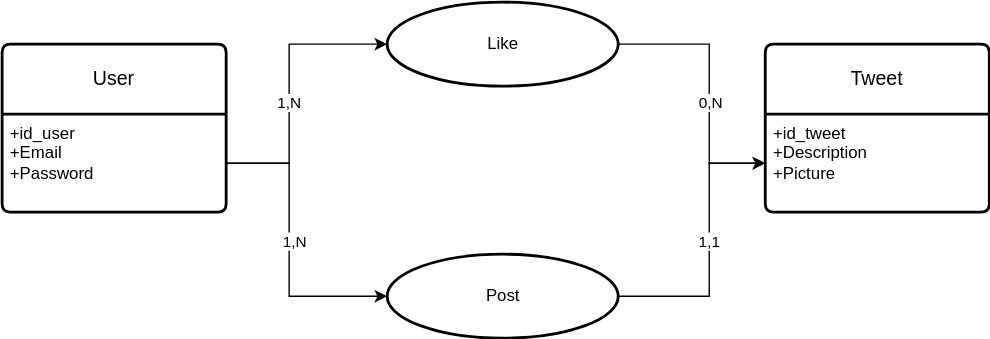
Above: Diagram/Modélisation DB.drawio.svg in Muking3/Project_API_Twitter (draw.io), before the change. Source tidied: cells renumbered, new cells last; positions are measured from the earlier drawing's top-left corner, leaving out a move shared by most shapes.
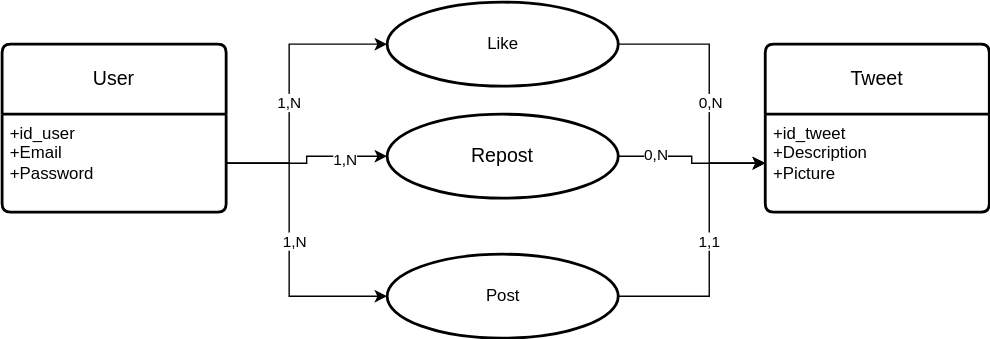
The same file after the commit.

Commit message:
Mettre à jour Modélisation DB.drawio.svg

Change to the diagram source:
```diff
@@ -74,5 +74,20 @@
     <mxCell id="17" value="1,N" style="edgeLabel;html=1;align=center;verticalAlign=middle;" parent="16" vertex="1">
       <mxGeometry x="-0.11" y="1" relative="1" as="geometry" />
     </mxCell>
+    <mxCell id="18" style="edgeStyle=orthogonalEdgeStyle;rounded=0;jettySize=auto;html=1;entryX=0;entryY=0.5;entryDx=0;entryDy=0;" parent="1" edge="1" source="20" target="5">
+      <mxGeometry relative="1" as="geometry" />
+    </mxCell>
+    <mxCell id="19" value="0,N" style="edgeLabel;html=1;align=center;verticalAlign=middle;" parent="18" vertex="1">
+      <mxGeometry x="-0.53" y="2" relative="1" as="geometry" />
+    </mxCell>
+    <mxCell id="20" value="Repost" style="ellipse;whiteSpace=wrap;html=1;fontSize=14;fontStyle=0;startSize=50;rounded=1;strokeWidth=2;shadow=0;dashed=0;arcSize=4;" parent="1" vertex="1">
+      <mxGeometry x="275" y="80" width="165" height="60" as="geometry" />
+    </mxCell>
+    <mxCell id="21" style="edgeStyle=orthogonalEdgeStyle;rounded=0;jettySize=auto;html=1;entryX=0;entryY=0.5;entryDx=0;entryDy=0;" parent="1" edge="1" source="3" target="20">
+      <mxGeometry relative="1" as="geometry" />
+    </mxCell>
+    <mxCell id="22" value="1,N" style="edgeLabel;html=1;align=center;verticalAlign=middle;" parent="21" vertex="1">
+      <mxGeometry x="0.48" y="-2" relative="1" as="geometry" />
+    </mxCell>
   </root>
 </mxGraphModel>
```
